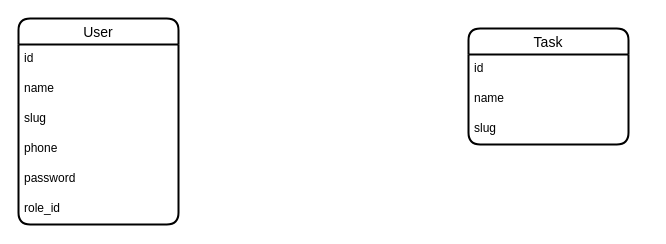
Before: karsoft-worker.drawio in iztileuoff/databases, a draw.io diagram. Source tidied: cells renumbered, new cells numbered last; positions are measured from the earlier drawing's top-left corner, leaving out a move shared by most shapes. Both pictures are drawn from the tidied source at 100%, with x=0, y=0 at pixel (18, 18).
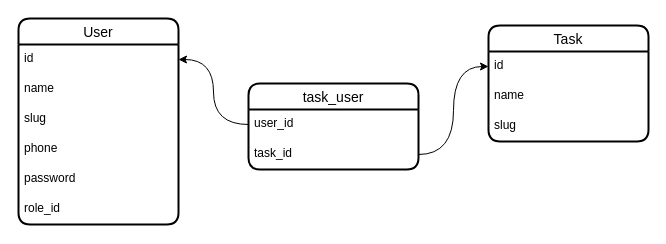
Above is the later version.

The edit, as a diff of the source:
```diff
@@
 <mxGraphModel>
   <root>
     <mxCell id="0" />
     <mxCell id="1" parent="0" />
     <mxCell id="2" value="User" style="swimlane;fontStyle=0;horizontal=1;startSize=26;align=center;fontSize=14;strokeWidth=2;rounded=1;shadow=0;glass=0;swimlaneLine=1;" parent="1" vertex="1">
       <mxGeometry width="160" height="206" as="geometry" />
     </mxCell>
     <mxCell id="3" value="id" style="text;strokeColor=none;fillColor=none;spacingLeft=4;spacingRight=4;overflow=hidden;points=[[0,0.5],[1,0.5]];portConstraint=eastwest;fontSize=12;whiteSpace=wrap;html=1;" parent="2" vertex="1">
       <mxGeometry y="26" width="160" height="30" as="geometry" />
     </mxCell>
     <mxCell id="4" value="name" style="text;strokeColor=none;fillColor=none;spacingLeft=4;spacingRight=4;overflow=hidden;fontSize=12;whiteSpace=wrap;html=1;" parent="2" vertex="1">
       <mxGeometry y="56" width="160" height="30" as="geometry" />
     </mxCell>
     <mxCell id="5" value="slug" style="text;strokeColor=none;fillColor=none;spacingLeft=4;spacingRight=4;overflow=hidden;fontSize=12;whiteSpace=wrap;html=1;" parent="2" vertex="1">
       <mxGeometry y="86" width="160" height="30" as="geometry" />
     </mxCell>
     <mxCell id="6" value="phone" style="text;strokeColor=none;fillColor=none;spacingLeft=4;spacingRight=4;overflow=hidden;fontSize=12;whiteSpace=wrap;html=1;" parent="2" vertex="1">
       <mxGeometry y="116" width="160" height="30" as="geometry" />
     </mxCell>
     <mxCell id="7" value="password" style="text;strokeColor=none;fillColor=none;spacingLeft=4;spacingRight=4;overflow=hidden;fontSize=12;whiteSpace=wrap;html=1;" parent="2" vertex="1">
       <mxGeometry y="146" width="160" height="30" as="geometry" />
     </mxCell>
     <mxCell id="8" value="role_id" style="text;strokeColor=none;fillColor=none;spacingLeft=4;spacingRight=4;overflow=hidden;fontSize=12;whiteSpace=wrap;html=1;" parent="2" vertex="1">
       <mxGeometry y="176" width="160" height="30" as="geometry" />
     </mxCell>
     <mxCell id="9" value="Task" style="swimlane;fontStyle=0;horizontal=1;startSize=26;align=center;fontSize=14;strokeWidth=2;rounded=1;shadow=0;glass=0;swimlaneLine=1;" parent="1" vertex="1">
-      <mxGeometry x="450" y="10" width="160" height="116" as="geometry" />
+      <mxGeometry x="470" y="7" width="160" height="116" as="geometry" />
     </mxCell>
     <mxCell id="10" value="id" style="text;strokeColor=none;fillColor=none;spacingLeft=4;spacingRight=4;overflow=hidden;points=[[0,0.5],[1,0.5]];portConstraint=eastwest;fontSize=12;whiteSpace=wrap;html=1;" parent="9" vertex="1">
       <mxGeometry y="26" width="160" height="30" as="geometry" />
     </mxCell>
     <mxCell id="11" value="name" style="text;strokeColor=none;fillColor=none;spacingLeft=4;spacingRight=4;overflow=hidden;fontSize=12;whiteSpace=wrap;html=1;" parent="9" vertex="1">
       <mxGeometry y="56" width="160" height="30" as="geometry" />
     </mxCell>
     <mxCell id="12" value="slug" style="text;strokeColor=none;fillColor=none;spacingLeft=4;spacingRight=4;overflow=hidden;fontSize=12;whiteSpace=wrap;html=1;" parent="9" vertex="1">
       <mxGeometry y="86" width="160" height="30" as="geometry" />
     </mxCell>
+    <mxCell id="13" value="task_user" style="swimlane;fontStyle=0;horizontal=1;startSize=26;align=center;fontSize=14;strokeWidth=2;rounded=1;shadow=0;glass=0;swimlaneLine=1;" parent="1" vertex="1">
+      <mxGeometry x="230" y="65" width="170" height="86" as="geometry" />
+    </mxCell>
+    <mxCell id="14" value="user_id" style="text;strokeColor=none;fillColor=none;spacingLeft=4;spacingRight=4;overflow=hidden;points=[[0,0.5],[1,0.5]];portConstraint=eastwest;fontSize=12;whiteSpace=wrap;html=1;" parent="13" vertex="1">
+      <mxGeometry y="26" width="170" height="30" as="geometry" />
+    </mxCell>
+    <mxCell id="15" value="task_id" style="text;strokeColor=none;fillColor=none;spacingLeft=4;spacingRight=4;overflow=hidden;points=[[0,0.5],[1,0.5]];portConstraint=eastwest;fontSize=12;whiteSpace=wrap;html=1;" parent="13" vertex="1">
+      <mxGeometry y="56" width="170" height="30" as="geometry" />
+    </mxCell>
+    <mxCell id="16" style="edgeStyle=orthogonalEdgeStyle;rounded=0;jettySize=auto;html=1;entryX=1;entryY=0.5;entryDx=0;entryDy=0;curved=1;" parent="1" edge="1" source="14" target="3">
+      <mxGeometry relative="1" as="geometry" />
+    </mxCell>
+    <mxCell id="17" style="edgeStyle=orthogonalEdgeStyle;rounded=0;jettySize=auto;html=1;entryX=0;entryY=0.5;entryDx=0;entryDy=0;curved=1;" parent="1" edge="1" source="15" target="10">
+      <mxGeometry relative="1" as="geometry" />
+    </mxCell>
   </root>
 </mxGraphModel>
```
